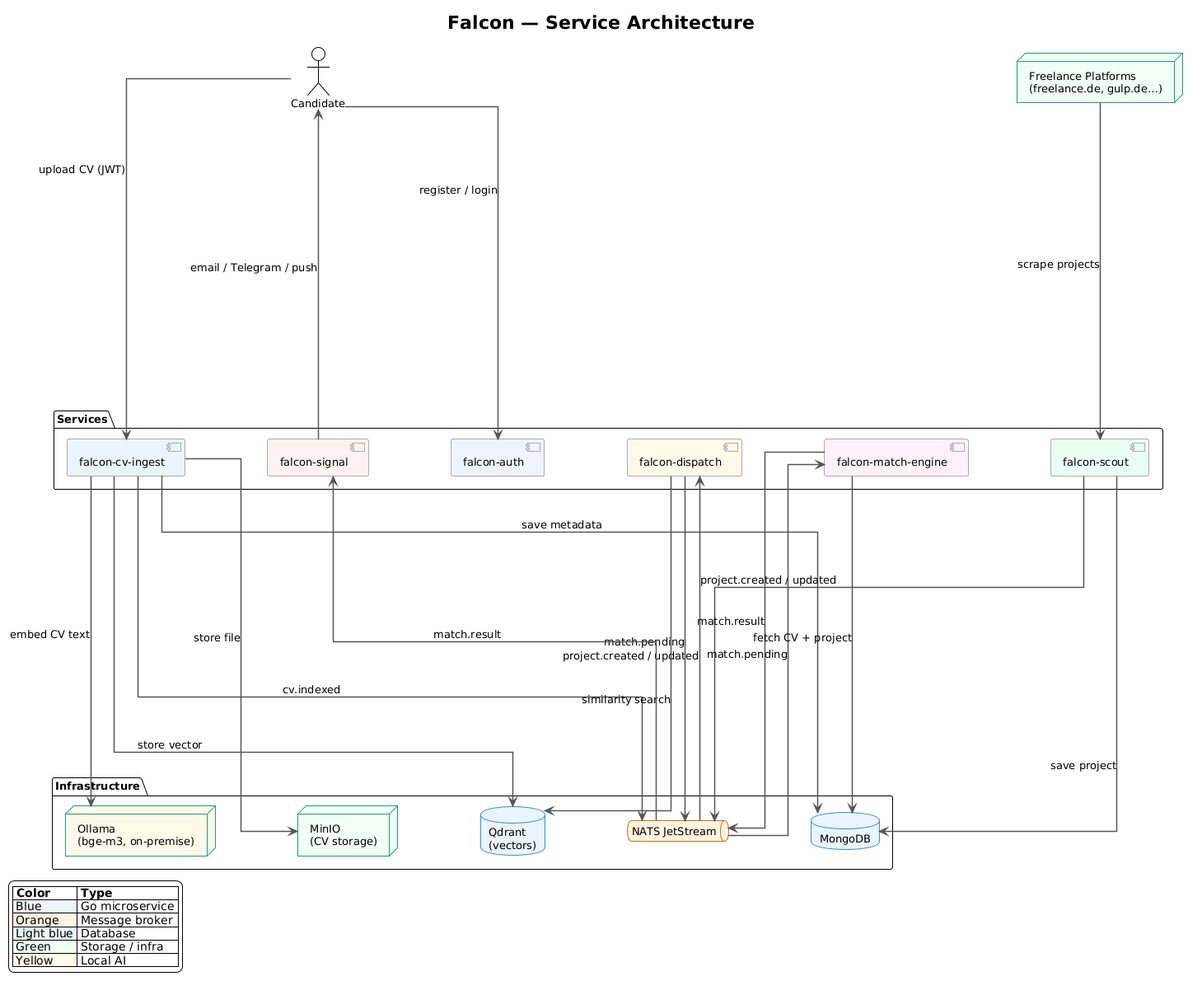
Before: falcon-architecture.png, a diagram exported from PlantUML (hblabs-co/falcon). Its diagram source:
```plantuml
@startuml
!theme plain

skinparam backgroundColor #FFFFFF
skinparam defaultFontName Arial
skinparam defaultFontSize 13
skinparam ArrowColor #555555
skinparam ArrowThickness 1.5
skinparam linetype ortho
skinparam nodesep 100
skinparam ranksep 400

skinparam component {
  BackgroundColor #F5F5F5
  BorderColor #AAAAAA
}

skinparam database {
  BackgroundColor #E8F4FB
  BorderColor #378ADD
}

skinparam queue {
  BackgroundColor #FFF3E0
  BorderColor #BA7517
}

skinparam node {
  BackgroundColor #F0FFF4
  BorderColor #1D9E75
}

title Falcon — Service Architecture

actor "Candidate" as candidate
node "Freelance Platforms\n(freelance.de, gulp.de…)" as platforms

package "Services" {

  component "falcon-auth" as auth #EEF2FF
  component "falcon-cv-ingest" as ingest #E8F4FB
  component "falcon-scout" as scout #E8FFF4
  component "falcon-dispatch" as dispatch #FFF8E8
  component "falcon-match-engine" as matchengine #FFF0F8
  component "falcon-signal" as signal #FFF0F0
}


package "Infrastructure" {

  database "MongoDB" as mongo
  database "Qdrant\n(vectors)" as qdrant
  queue "NATS JetStream" as nats
  node "MinIO\n(CV storage)" as minio
  node "Ollama\n(bge-m3, on-premise)" as ollama #FFF9E8
}


candidate --> auth      : register / login
candidate --> ingest    : upload CV (JWT)

ingest --> minio        : store file
ingest --> ollama       : embed CV text
ingest --> qdrant       : store vector
ingest --> mongo        : save metadata
ingest --> nats         : cv.indexed

platforms --> scout     : scrape projects
scout --> mongo         : save project
scout --> nats          : project.created / updated

nats --> dispatch       : project.created / updated
dispatch --> qdrant     : similarity search
dispatch --> nats       : match.pending

nats --> matchengine    : match.pending
matchengine --> mongo   : fetch CV + project
matchengine --> nats    : match.result

nats --> signal         : match.result
signal --> candidate    : email / Telegram / push

legend bottom left
  |= Color |= Type |
  |<#EEF2FF> Blue | Go microservice |
  |<#FFF3E0> Orange | Message broker |
  |<#E8F4FB> Light blue | Database |
  |<#F0FFF4> Green | Storage / infra |
  |<#FFF9E8> Yellow | Local AI |
endlegend
@enduml
```
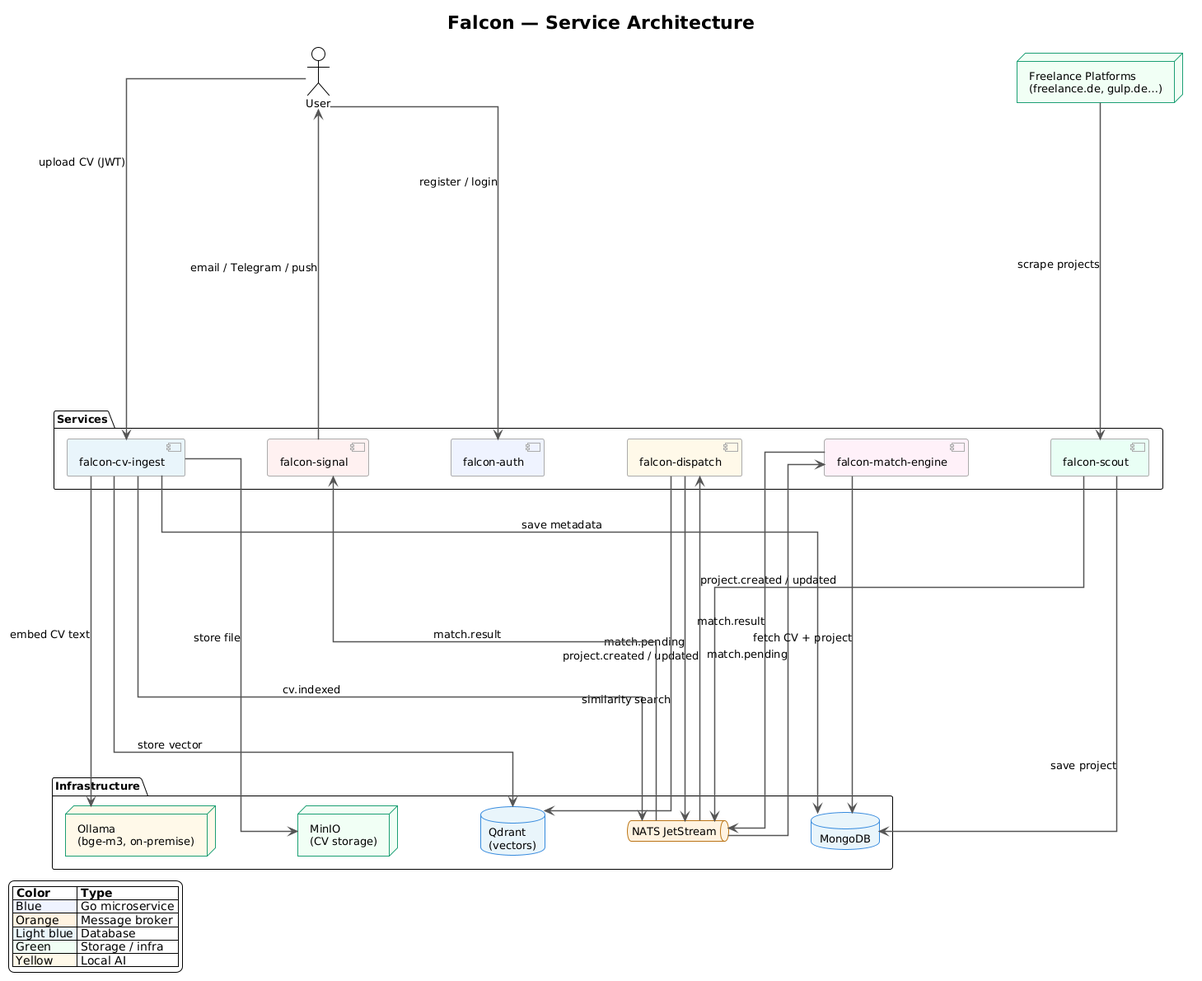
Later version of the same file.

The edit, as a diff of the source:
```diff
@@ -32,7 +32,7 @@
 
 title Falcon — Service Architecture
 
-actor "Candidate" as candidate
+actor "User" as user
 node "Freelance Platforms\n(freelance.de, gulp.de…)" as platforms
 
 package "Services" {
@@ -56,8 +56,8 @@
 }
 
 
-candidate --> auth      : register / login
-candidate --> ingest    : upload CV (JWT)
+user --> auth      : register / login
+user --> ingest    : upload CV (JWT)
 
 ingest --> minio        : store file
 ingest --> ollama       : embed CV text
@@ -78,7 +78,7 @@
 matchengine --> nats    : match.result
 
 nats --> signal         : match.result
-signal --> candidate    : email / Telegram / push
+signal --> user    : email / Telegram / push
 
 legend bottom left
   |= Color |= Type |
```
